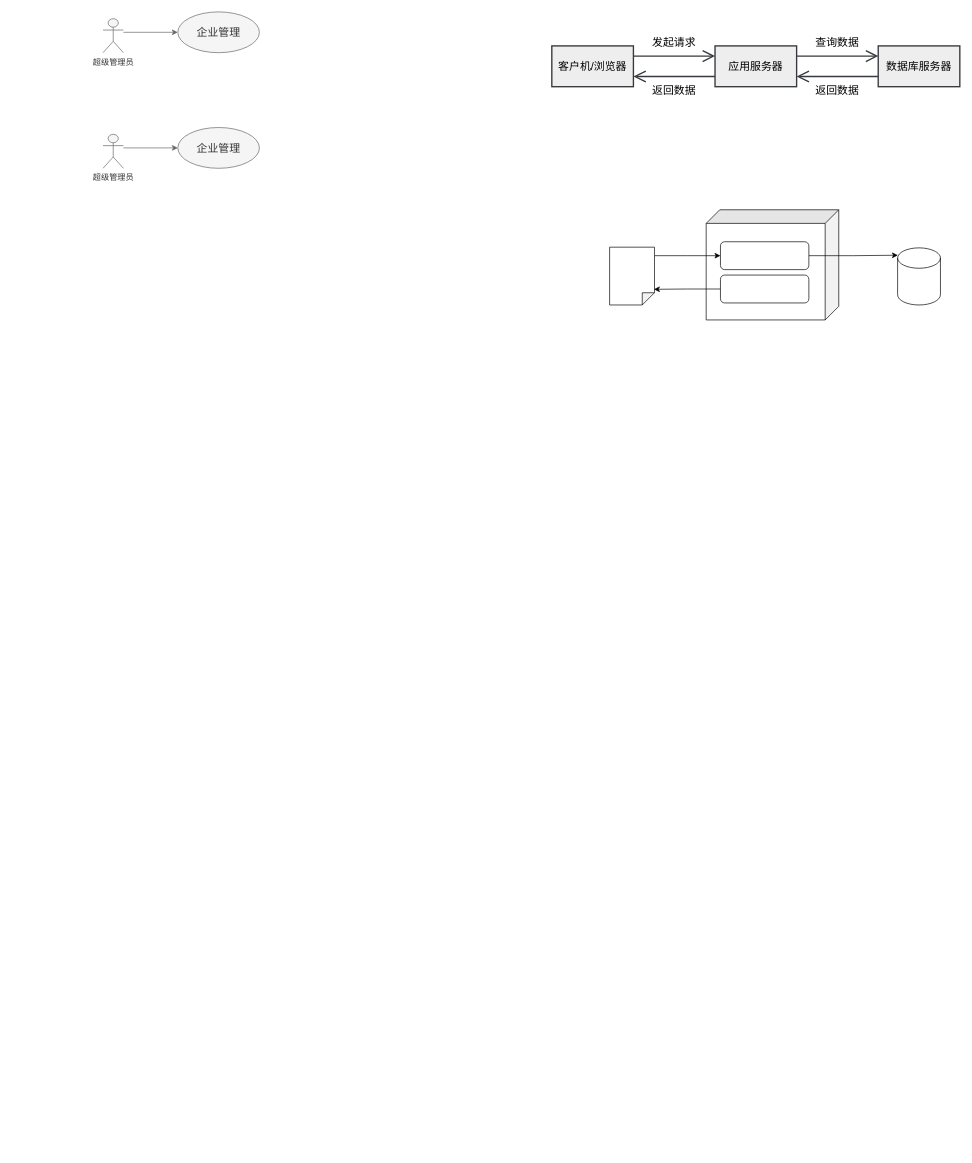
cuitao1998/diagram keeps this draw.io diagram as 人力资源管理.drawio. Above is the earlier version. Source tidied: cells renumbered, new cells numbered last; positions are measured from the earlier drawing's top-left corner, leaving out a move shared by most shapes. Both pictures are drawn from the tidied source at 68%, with x=0, y=0 at pixel (103, 12).
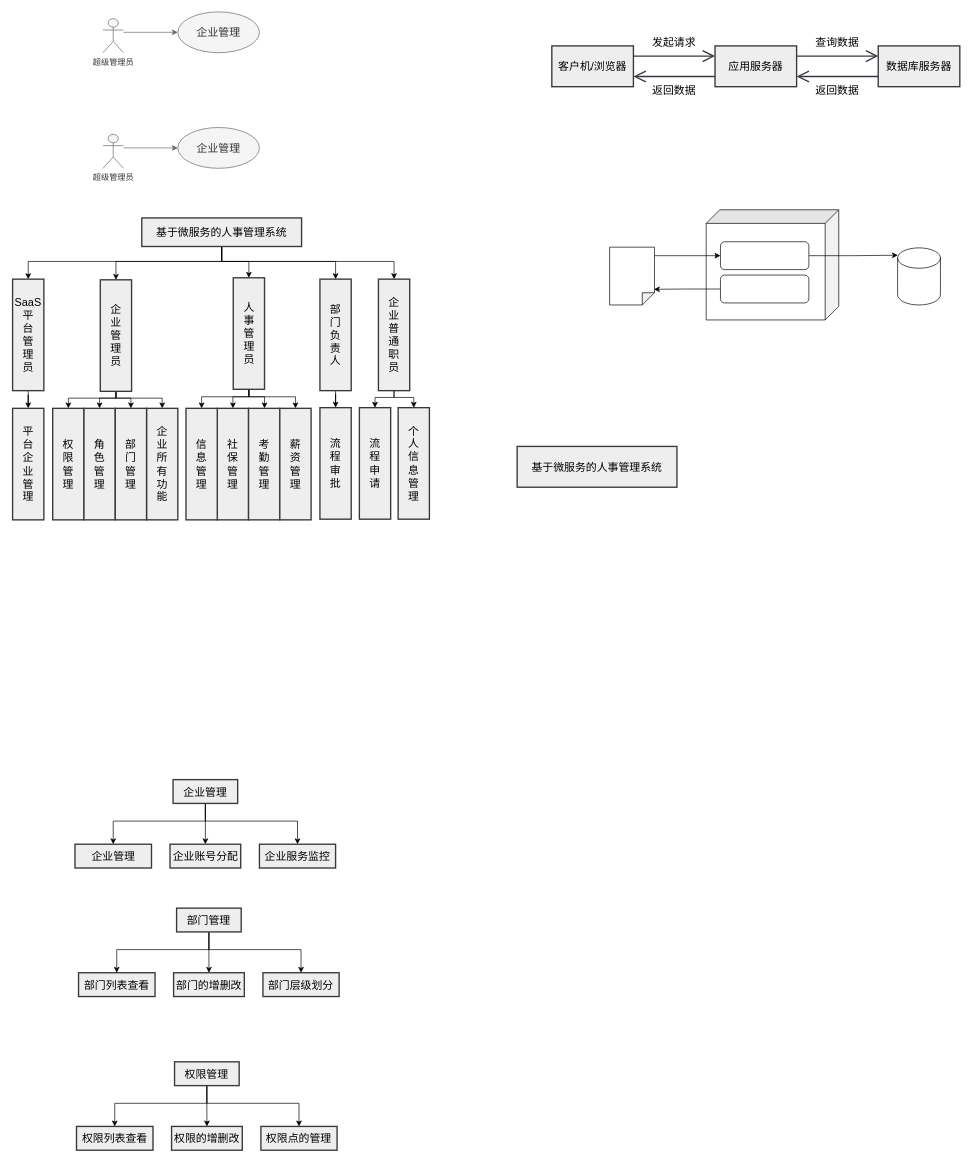
The same diagram, later.

Commit message (it also covers changes not shown here):
Update 人力资源管理.drawio

Change to the diagram source:
```diff
@@
+    <mxCell id="27" style="edgeStyle=orthogonalEdgeStyle;rounded=0;jettySize=auto;html=1;entryX=0.5;entryY=0;entryDx=0;entryDy=0;" parent="1" edge="1" source="32" target="40">
+      <mxGeometry relative="1" as="geometry">
+        <Array as="points">
+          <mxPoint x="175" y="367" />
+          <mxPoint x="-110" y="367" />
+        </Array>
+      </mxGeometry>
+    </mxCell>
+    <mxCell id="28" style="edgeStyle=orthogonalEdgeStyle;rounded=0;jettySize=auto;html=1;entryX=0.5;entryY=0;entryDx=0;entryDy=0;exitX=0.5;exitY=1;exitDx=0;exitDy=0;" parent="1" edge="1" source="32" target="45">
+      <mxGeometry relative="1" as="geometry">
+        <Array as="points">
+          <mxPoint x="174" y="367" />
+          <mxPoint x="214" y="367" />
+          <mxPoint x="214" y="391" />
+        </Array>
+      </mxGeometry>
+    </mxCell>
+    <mxCell id="29" style="edgeStyle=orthogonalEdgeStyle;rounded=0;jettySize=auto;html=1;" parent="1" edge="1" source="32" target="38">
+      <mxGeometry relative="1" as="geometry">
+        <Array as="points">
+          <mxPoint x="175" y="367" />
+          <mxPoint x="19" y="367" />
+        </Array>
+      </mxGeometry>
+    </mxCell>
+    <mxCell id="30" style="edgeStyle=orthogonalEdgeStyle;rounded=0;jettySize=auto;html=1;entryX=0.5;entryY=0;entryDx=0;entryDy=0;" parent="1" edge="1" source="32" target="47">
+      <mxGeometry relative="1" as="geometry">
+        <Array as="points">
+          <mxPoint x="174" y="367" />
+          <mxPoint x="342" y="367" />
+        </Array>
+      </mxGeometry>
+    </mxCell>
+    <mxCell id="31" style="edgeStyle=orthogonalEdgeStyle;rounded=0;jettySize=auto;html=1;" parent="1" edge="1" source="32" target="50">
+      <mxGeometry relative="1" as="geometry">
+        <Array as="points">
+          <mxPoint x="174" y="367" />
+          <mxPoint x="428" y="367" />
+        </Array>
+      </mxGeometry>
+    </mxCell>
+    <mxCell id="32" value="&lt;span style=&quot;font-size: 16px&quot;&gt;基于微服务的人事管理系统&lt;/span&gt;" style="whiteSpace=wrap;html=1;hachureGap=4;fillColor=#eeeeee;strokeColor=#36393d;strokeWidth=2;" parent="1" vertex="1">
+      <mxGeometry x="57" y="303" width="235" height="42" as="geometry" />
+    </mxCell>
+    <mxCell id="33" value="&lt;span style=&quot;font-size: 16px&quot;&gt;基于微服务的人事管理系统&lt;/span&gt;" style="whiteSpace=wrap;html=1;hachureGap=4;fillColor=#eeeeee;strokeColor=#36393d;strokeWidth=2;" parent="1" vertex="1">
+      <mxGeometry x="609" y="639" width="235" height="60" as="geometry" />
+    </mxCell>
+    <mxCell id="34" style="edgeStyle=orthogonalEdgeStyle;rounded=0;jettySize=auto;html=1;entryX=0.5;entryY=0;entryDx=0;entryDy=0;" parent="1" edge="1" source="38" target="59">
+      <mxGeometry relative="1" as="geometry">
+        <Array as="points">
+          <mxPoint x="19" y="568" />
+          <mxPoint x="-5" y="568" />
+        </Array>
+      </mxGeometry>
+    </mxCell>
+    <mxCell id="35" style="edgeStyle=orthogonalEdgeStyle;rounded=0;jettySize=auto;html=1;entryX=0.5;entryY=0;entryDx=0;entryDy=0;" parent="1" edge="1" source="38" target="62">
+      <mxGeometry relative="1" as="geometry">
+        <Array as="points">
+          <mxPoint x="19" y="568" />
+          <mxPoint x="41" y="568" />
+        </Array>
+      </mxGeometry>
+    </mxCell>
+    <mxCell id="36" style="edgeStyle=orthogonalEdgeStyle;rounded=0;jettySize=auto;html=1;entryX=0.5;entryY=0;entryDx=0;entryDy=0;" parent="1" edge="1" source="38" target="60">
+      <mxGeometry relative="1" as="geometry">
+        <Array as="points">
+          <mxPoint x="19" y="568" />
+          <mxPoint x="87" y="568" />
+        </Array>
+      </mxGeometry>
+    </mxCell>
+    <mxCell id="37" style="edgeStyle=orthogonalEdgeStyle;rounded=0;jettySize=auto;html=1;entryX=0.5;entryY=0;entryDx=0;entryDy=0;" parent="1" edge="1" source="38" target="58">
+      <mxGeometry relative="1" as="geometry">
+        <Array as="points">
+          <mxPoint x="19" y="568" />
+          <mxPoint x="-51" y="568" />
+        </Array>
+      </mxGeometry>
+    </mxCell>
+    <mxCell id="38" value="&lt;span style=&quot;font-size: 16px&quot;&gt;企&lt;br&gt;业&lt;br&gt;管&lt;br&gt;理&lt;br&gt;员&lt;br&gt;&lt;/span&gt;" style="whiteSpace=wrap;html=1;hachureGap=4;fillColor=#eeeeee;strokeColor=#36393d;strokeWidth=2;" parent="1" vertex="1">
+      <mxGeometry x="-4" y="394" width="46" height="164" as="geometry" />
+    </mxCell>
+    <mxCell id="39" style="edgeStyle=orthogonalEdgeStyle;rounded=0;jettySize=auto;html=1;entryX=0.5;entryY=0;entryDx=0;entryDy=0;" parent="1" edge="1" source="40" target="51">
+      <mxGeometry relative="1" as="geometry" />
+    </mxCell>
+    <mxCell id="40" value="&lt;span style=&quot;font-size: 16px&quot;&gt;SaaS&lt;/span&gt;&lt;br style=&quot;font-size: 16px&quot;&gt;&lt;span style=&quot;font-size: 16px&quot;&gt;平&lt;/span&gt;&lt;br style=&quot;font-size: 16px&quot;&gt;&lt;span style=&quot;font-size: 16px&quot;&gt;台&lt;/span&gt;&lt;br style=&quot;font-size: 16px&quot;&gt;&lt;span style=&quot;font-size: 16px&quot;&gt;管&lt;/span&gt;&lt;br style=&quot;font-size: 16px&quot;&gt;&lt;span style=&quot;font-size: 16px&quot;&gt;理&lt;/span&gt;&lt;br style=&quot;font-size: 16px&quot;&gt;&lt;span style=&quot;font-size: 16px&quot;&gt;员&lt;/span&gt;&lt;span style=&quot;font-size: 16px&quot;&gt;&lt;br&gt;&lt;/span&gt;" style="whiteSpace=wrap;html=1;hachureGap=4;fillColor=#eeeeee;strokeColor=#36393d;strokeWidth=2;" parent="1" vertex="1">
+      <mxGeometry x="-133" y="393" width="46" height="164" as="geometry" />
+    </mxCell>
+    <mxCell id="41" style="edgeStyle=orthogonalEdgeStyle;rounded=0;jettySize=auto;html=1;entryX=0.5;entryY=0;entryDx=0;entryDy=0;" parent="1" edge="1" source="45" target="61">
+      <mxGeometry relative="1" as="geometry">
+        <Array as="points">
+          <mxPoint x="214.5" y="566" />
+          <mxPoint x="145.5" y="566" />
+        </Array>
+      </mxGeometry>
+    </mxCell>
+    <mxCell id="42" style="edgeStyle=orthogonalEdgeStyle;rounded=0;jettySize=auto;html=1;entryX=0.5;entryY=0;entryDx=0;entryDy=0;" parent="1" edge="1" source="45" target="52">
+      <mxGeometry relative="1" as="geometry">
+        <Array as="points">
+          <mxPoint x="214.5" y="566" />
+          <mxPoint x="191.5" y="566" />
+        </Array>
+      </mxGeometry>
+    </mxCell>
+    <mxCell id="43" style="edgeStyle=orthogonalEdgeStyle;rounded=0;jettySize=auto;html=1;" parent="1" edge="1" source="45" target="53">
+      <mxGeometry relative="1" as="geometry">
+        <Array as="points">
+          <mxPoint x="214.5" y="566" />
+          <mxPoint x="237.5" y="566" />
+        </Array>
+      </mxGeometry>
+    </mxCell>
+    <mxCell id="44" style="edgeStyle=orthogonalEdgeStyle;rounded=0;jettySize=auto;html=1;entryX=0.5;entryY=0;entryDx=0;entryDy=0;" parent="1" edge="1" source="45" target="54">
+      <mxGeometry relative="1" as="geometry">
+        <Array as="points">
+          <mxPoint x="214.5" y="566" />
+          <mxPoint x="282.5" y="566" />
+        </Array>
+      </mxGeometry>
+    </mxCell>
+    <mxCell id="45" value="&lt;span style=&quot;font-size: 16px&quot;&gt;人&lt;/span&gt;&lt;br style=&quot;font-size: 16px&quot;&gt;&lt;span style=&quot;font-size: 16px&quot;&gt;事&lt;/span&gt;&lt;br style=&quot;font-size: 16px&quot;&gt;&lt;span style=&quot;font-size: 16px&quot;&gt;管&lt;/span&gt;&lt;br style=&quot;font-size: 16px&quot;&gt;&lt;span style=&quot;font-size: 16px&quot;&gt;理&lt;/span&gt;&lt;br style=&quot;font-size: 16px&quot;&gt;&lt;span style=&quot;font-size: 16px&quot;&gt;员&lt;/span&gt;&lt;span style=&quot;font-size: 16px&quot;&gt;&lt;br&gt;&lt;/span&gt;" style="whiteSpace=wrap;html=1;hachureGap=4;fillColor=#eeeeee;strokeColor=#36393d;strokeWidth=2;" parent="1" vertex="1">
+      <mxGeometry x="191.5" y="391" width="46" height="164" as="geometry" />
+    </mxCell>
+    <mxCell id="46" style="edgeStyle=orthogonalEdgeStyle;rounded=0;jettySize=auto;html=1;" parent="1" edge="1" source="47" target="55">
+      <mxGeometry relative="1" as="geometry" />
+    </mxCell>
+    <mxCell id="47" value="&lt;span style=&quot;font-size: 16px&quot;&gt;部&lt;/span&gt;&lt;br style=&quot;font-size: 16px&quot;&gt;&lt;span style=&quot;font-size: 16px&quot;&gt;门&lt;/span&gt;&lt;br style=&quot;font-size: 16px&quot;&gt;&lt;span style=&quot;font-size: 16px&quot;&gt;负&lt;/span&gt;&lt;br style=&quot;font-size: 16px&quot;&gt;&lt;span style=&quot;font-size: 16px&quot;&gt;责&lt;/span&gt;&lt;br style=&quot;font-size: 16px&quot;&gt;&lt;span style=&quot;font-size: 16px&quot;&gt;人&lt;/span&gt;&lt;span style=&quot;font-size: 16px&quot;&gt;&lt;br&gt;&lt;/span&gt;" style="whiteSpace=wrap;html=1;hachureGap=4;fillColor=#eeeeee;strokeColor=#36393d;strokeWidth=2;" parent="1" vertex="1">
+      <mxGeometry x="319" y="393" width="46" height="164" as="geometry" />
+    </mxCell>
+    <mxCell id="48" style="edgeStyle=orthogonalEdgeStyle;rounded=0;jettySize=auto;html=1;entryX=0.5;entryY=0;entryDx=0;entryDy=0;" parent="1" edge="1" source="50" target="56">
+      <mxGeometry relative="1" as="geometry">
+        <Array as="points">
+          <mxPoint x="428" y="567" />
+          <mxPoint x="400" y="567" />
+        </Array>
+      </mxGeometry>
+    </mxCell>
+    <mxCell id="49" style="edgeStyle=orthogonalEdgeStyle;rounded=0;jettySize=auto;html=1;entryX=0.5;entryY=0;entryDx=0;entryDy=0;" parent="1" edge="1" source="50" target="57">
+      <mxGeometry relative="1" as="geometry">
+        <Array as="points">
+          <mxPoint x="428" y="567" />
+          <mxPoint x="457" y="567" />
+        </Array>
+      </mxGeometry>
+    </mxCell>
+    <mxCell id="50" value="&lt;span style=&quot;font-size: 16px&quot;&gt;企&lt;/span&gt;&lt;br style=&quot;font-size: 16px&quot;&gt;&lt;span style=&quot;font-size: 16px&quot;&gt;业&lt;/span&gt;&lt;br style=&quot;font-size: 16px&quot;&gt;&lt;span style=&quot;font-size: 16px&quot;&gt;普&lt;/span&gt;&lt;br style=&quot;font-size: 16px&quot;&gt;&lt;span style=&quot;font-size: 16px&quot;&gt;通&lt;/span&gt;&lt;br style=&quot;font-size: 16px&quot;&gt;&lt;span style=&quot;font-size: 16px&quot;&gt;职&lt;/span&gt;&lt;br style=&quot;font-size: 16px&quot;&gt;&lt;span style=&quot;font-size: 16px&quot;&gt;员&lt;/span&gt;&lt;span style=&quot;font-size: 16px&quot;&gt;&lt;br&gt;&lt;/span&gt;" style="whiteSpace=wrap;html=1;hachureGap=4;fillColor=#eeeeee;strokeColor=#36393d;strokeWidth=2;" parent="1" vertex="1">
+      <mxGeometry x="405" y="393" width="46" height="164" as="geometry" />
+    </mxCell>
+    <mxCell id="51" value="&lt;span style=&quot;font-size: 16px&quot;&gt;平&lt;br&gt;台&lt;br&gt;企&lt;br&gt;业&lt;br&gt;管&lt;br&gt;理&lt;br&gt;&lt;/span&gt;" style="whiteSpace=wrap;html=1;hachureGap=4;fillColor=#eeeeee;strokeColor=#36393d;strokeWidth=2;" parent="1" vertex="1">
+      <mxGeometry x="-133" y="583" width="46" height="164" as="geometry" />
+    </mxCell>
+    <mxCell id="52" value="&lt;span style=&quot;font-size: 16px&quot;&gt;社&lt;br&gt;保&lt;br&gt;管&lt;br&gt;理&lt;br&gt;&lt;/span&gt;" style="whiteSpace=wrap;html=1;hachureGap=4;fillColor=#eeeeee;strokeColor=#36393d;strokeWidth=2;" parent="1" vertex="1">
+      <mxGeometry x="168" y="583" width="46" height="164" as="geometry" />
+    </mxCell>
+    <mxCell id="53" value="&lt;span style=&quot;font-size: 16px&quot;&gt;考&lt;br&gt;勤&lt;br&gt;管&lt;br&gt;理&lt;br&gt;&lt;/span&gt;" style="whiteSpace=wrap;html=1;hachureGap=4;fillColor=#eeeeee;strokeColor=#36393d;strokeWidth=2;" parent="1" vertex="1">
+      <mxGeometry x="214" y="583" width="46" height="164" as="geometry" />
+    </mxCell>
+    <mxCell id="54" value="&lt;span style=&quot;font-size: 16px&quot;&gt;薪&lt;br&gt;资&lt;br&gt;管&lt;br&gt;理&lt;br&gt;&lt;/span&gt;" style="whiteSpace=wrap;html=1;hachureGap=4;fillColor=#eeeeee;strokeColor=#36393d;strokeWidth=2;" parent="1" vertex="1">
+      <mxGeometry x="260" y="583" width="46" height="164" as="geometry" />
+    </mxCell>
+    <mxCell id="55" value="&lt;span style=&quot;font-size: 16px&quot;&gt;流&lt;br&gt;程&lt;br&gt;审&lt;br&gt;批&lt;br&gt;&lt;/span&gt;" style="whiteSpace=wrap;html=1;hachureGap=4;fillColor=#eeeeee;strokeColor=#36393d;strokeWidth=2;" parent="1" vertex="1">
+      <mxGeometry x="319" y="582" width="46" height="164" as="geometry" />
+    </mxCell>
+    <mxCell id="56" value="&lt;span style=&quot;font-size: 16px&quot;&gt;流&lt;br&gt;程&lt;br&gt;申&lt;br&gt;请&lt;br&gt;&lt;/span&gt;" style="whiteSpace=wrap;html=1;hachureGap=4;fillColor=#eeeeee;strokeColor=#36393d;strokeWidth=2;" parent="1" vertex="1">
+      <mxGeometry x="377" y="582" width="46" height="164" as="geometry" />
+    </mxCell>
+    <mxCell id="57" value="&lt;span style=&quot;font-size: 16px&quot;&gt;个&lt;br&gt;人&lt;br&gt;信&lt;br&gt;息&lt;br&gt;管&lt;br&gt;理&lt;br&gt;&lt;/span&gt;" style="whiteSpace=wrap;html=1;hachureGap=4;fillColor=#eeeeee;strokeColor=#36393d;strokeWidth=2;" parent="1" vertex="1">
+      <mxGeometry x="434" y="582" width="46" height="164" as="geometry" />
+    </mxCell>
+    <mxCell id="58" value="&lt;span style=&quot;font-size: 16px&quot;&gt;权&lt;br&gt;限&lt;br&gt;管&lt;br&gt;理&lt;br&gt;&lt;/span&gt;" style="whiteSpace=wrap;html=1;hachureGap=4;fillColor=#eeeeee;strokeColor=#36393d;strokeWidth=2;" parent="1" vertex="1">
+      <mxGeometry x="-74" y="583" width="46" height="164" as="geometry" />
+    </mxCell>
+    <mxCell id="59" value="&lt;span style=&quot;font-size: 16px&quot;&gt;角&lt;br&gt;色&lt;br&gt;管&lt;br&gt;理&lt;br&gt;&lt;/span&gt;" style="whiteSpace=wrap;html=1;hachureGap=4;fillColor=#eeeeee;strokeColor=#36393d;strokeWidth=2;" parent="1" vertex="1">
+      <mxGeometry x="-28" y="583" width="46" height="164" as="geometry" />
+    </mxCell>
+    <mxCell id="60" value="&lt;span style=&quot;font-size: 16px&quot;&gt;企&lt;br&gt;业&lt;br&gt;所&lt;br&gt;有&lt;br&gt;功&lt;br&gt;能&lt;br&gt;&lt;/span&gt;" style="whiteSpace=wrap;html=1;hachureGap=4;fillColor=#eeeeee;strokeColor=#36393d;strokeWidth=2;" parent="1" vertex="1">
+      <mxGeometry x="64" y="583" width="46" height="164" as="geometry" />
+    </mxCell>
+    <mxCell id="61" value="&lt;span style=&quot;font-size: 16px&quot;&gt;信&lt;br&gt;息&lt;br&gt;管&lt;br&gt;理&lt;br&gt;&lt;/span&gt;" style="whiteSpace=wrap;html=1;hachureGap=4;fillColor=#eeeeee;strokeColor=#36393d;strokeWidth=2;" parent="1" vertex="1">
+      <mxGeometry x="122" y="583" width="46" height="164" as="geometry" />
+    </mxCell>
+    <mxCell id="62" value="&lt;span style=&quot;font-size: 16px&quot;&gt;部&lt;br&gt;门&lt;br&gt;管&lt;br&gt;理&lt;br&gt;&lt;/span&gt;" style="whiteSpace=wrap;html=1;hachureGap=4;fillColor=#eeeeee;strokeColor=#36393d;strokeWidth=2;" parent="1" vertex="1">
+      <mxGeometry x="18" y="583" width="46" height="164" as="geometry" />
+    </mxCell>
+    <mxCell id="63" style="edgeStyle=orthogonalEdgeStyle;rounded=0;jettySize=auto;html=1;" parent="1" edge="1" source="66" target="67">
+      <mxGeometry relative="1" as="geometry">
+        <Array as="points">
+          <mxPoint x="151" y="1190" />
+          <mxPoint x="15" y="1190" />
+        </Array>
+      </mxGeometry>
+    </mxCell>
+    <mxCell id="64" style="edgeStyle=orthogonalEdgeStyle;rounded=0;jettySize=auto;html=1;entryX=0.5;entryY=0;entryDx=0;entryDy=0;" parent="1" edge="1" source="66" target="68">
+      <mxGeometry relative="1" as="geometry" />
+    </mxCell>
+    <mxCell id="65" style="edgeStyle=orthogonalEdgeStyle;rounded=0;jettySize=auto;html=1;" parent="1" edge="1" source="66" target="69">
+      <mxGeometry relative="1" as="geometry">
+        <Array as="points">
+          <mxPoint x="151" y="1190" />
+          <mxPoint x="286" y="1190" />
+        </Array>
+      </mxGeometry>
+    </mxCell>
+    <mxCell id="66" value="&lt;span style=&quot;font-size: 16px&quot;&gt;企业管理&lt;br&gt;&lt;/span&gt;" style="whiteSpace=wrap;html=1;hachureGap=4;fillColor=#eeeeee;strokeColor=#36393d;strokeWidth=2;" parent="1" vertex="1">
+      <mxGeometry x="103" y="1129" width="95" height="35" as="geometry" />
+    </mxCell>
+    <mxCell id="67" value="&lt;span style=&quot;font-size: 16px&quot;&gt;企业管理&lt;br&gt;&lt;/span&gt;" style="whiteSpace=wrap;html=1;hachureGap=4;fillColor=#eeeeee;strokeColor=#36393d;strokeWidth=2;" parent="1" vertex="1">
+      <mxGeometry x="-41.2" y="1224" width="112.5" height="35" as="geometry" />
+    </mxCell>
+    <mxCell id="68" value="&lt;span style=&quot;font-size: 16px&quot;&gt;企业账号分配&lt;br&gt;&lt;/span&gt;" style="whiteSpace=wrap;html=1;hachureGap=4;fillColor=#eeeeee;strokeColor=#36393d;strokeWidth=2;" parent="1" vertex="1">
+      <mxGeometry x="98.5" y="1224" width="104" height="35" as="geometry" />
+    </mxCell>
+    <mxCell id="69" value="&lt;span style=&quot;font-size: 16px&quot;&gt;企业服务监控&lt;br&gt;&lt;/span&gt;" style="whiteSpace=wrap;html=1;hachureGap=4;fillColor=#eeeeee;strokeColor=#36393d;strokeWidth=2;" parent="1" vertex="1">
+      <mxGeometry x="230" y="1224" width="112" height="35" as="geometry" />
+    </mxCell>
+    <mxCell id="70" style="edgeStyle=orthogonalEdgeStyle;rounded=0;jettySize=auto;html=1;" parent="1" edge="1" source="73" target="74">
+      <mxGeometry relative="1" as="geometry">
+        <Array as="points">
+          <mxPoint x="156.2" y="1379" />
+          <mxPoint x="20.2" y="1379" />
+        </Array>
+      </mxGeometry>
+    </mxCell>
+    <mxCell id="71" style="edgeStyle=orthogonalEdgeStyle;rounded=0;jettySize=auto;html=1;entryX=0.5;entryY=0;entryDx=0;entryDy=0;" parent="1" edge="1" source="73" target="75">
+      <mxGeometry relative="1" as="geometry" />
+    </mxCell>
+    <mxCell id="72" style="edgeStyle=orthogonalEdgeStyle;rounded=0;jettySize=auto;html=1;" parent="1" edge="1" source="73" target="76">
+      <mxGeometry relative="1" as="geometry">
+        <Array as="points">
+          <mxPoint x="156.2" y="1379" />
+          <mxPoint x="291.2" y="1379" />
+        </Array>
+      </mxGeometry>
+    </mxCell>
+    <mxCell id="73" value="&lt;span style=&quot;font-size: 16px&quot;&gt;部门管理&lt;br&gt;&lt;/span&gt;" style="whiteSpace=wrap;html=1;hachureGap=4;fillColor=#eeeeee;strokeColor=#36393d;strokeWidth=2;" parent="1" vertex="1">
+      <mxGeometry x="108.2" y="1318" width="95" height="35" as="geometry" />
+    </mxCell>
+    <mxCell id="74" value="&lt;span style=&quot;font-size: 16px&quot;&gt;部门列表查看&lt;br&gt;&lt;/span&gt;" style="whiteSpace=wrap;html=1;hachureGap=4;fillColor=#eeeeee;strokeColor=#36393d;strokeWidth=2;" parent="1" vertex="1">
+      <mxGeometry x="-36" y="1413" width="112.5" height="35" as="geometry" />
+    </mxCell>
+    <mxCell id="75" value="&lt;span style=&quot;font-size: 16px&quot;&gt;部门的增删改&lt;br&gt;&lt;/span&gt;" style="whiteSpace=wrap;html=1;hachureGap=4;fillColor=#eeeeee;strokeColor=#36393d;strokeWidth=2;" parent="1" vertex="1">
+      <mxGeometry x="103.8" y="1413" width="104" height="35" as="geometry" />
+    </mxCell>
+    <mxCell id="76" value="&lt;span style=&quot;font-size: 16px&quot;&gt;部门层级划分&lt;br&gt;&lt;/span&gt;" style="whiteSpace=wrap;html=1;hachureGap=4;fillColor=#eeeeee;strokeColor=#36393d;strokeWidth=2;" parent="1" vertex="1">
+      <mxGeometry x="235.2" y="1413" width="112" height="35" as="geometry" />
+    </mxCell>
+    <mxCell id="77" style="edgeStyle=orthogonalEdgeStyle;rounded=0;jettySize=auto;html=1;" parent="1" edge="1" source="80" target="81">
+      <mxGeometry relative="1" as="geometry">
+        <Array as="points">
+          <mxPoint x="153.2" y="1605" />
+          <mxPoint x="17.2" y="1605" />
+        </Array>
+      </mxGeometry>
+    </mxCell>
+    <mxCell id="78" style="edgeStyle=orthogonalEdgeStyle;rounded=0;jettySize=auto;html=1;entryX=0.5;entryY=0;entryDx=0;entryDy=0;" parent="1" edge="1" source="80" target="82">
+      <mxGeometry relative="1" as="geometry" />
+    </mxCell>
+    <mxCell id="79" style="edgeStyle=orthogonalEdgeStyle;rounded=0;jettySize=auto;html=1;" parent="1" edge="1" source="80" target="83">
+      <mxGeometry relative="1" as="geometry">
+        <Array as="points">
+          <mxPoint x="153.2" y="1605" />
+          <mxPoint x="288.2" y="1605" />
+        </Array>
+      </mxGeometry>
+    </mxCell>
+    <mxCell id="80" value="&lt;span style=&quot;font-size: 16px&quot;&gt;权限管理&lt;br&gt;&lt;/span&gt;" style="whiteSpace=wrap;html=1;hachureGap=4;fillColor=#eeeeee;strokeColor=#36393d;strokeWidth=2;" parent="1" vertex="1">
+      <mxGeometry x="105.2" y="1544" width="95" height="35" as="geometry" />
+    </mxCell>
+    <mxCell id="81" value="&lt;span style=&quot;font-size: 16px&quot;&gt;权限列表查看&lt;br&gt;&lt;/span&gt;" style="whiteSpace=wrap;html=1;hachureGap=4;fillColor=#eeeeee;strokeColor=#36393d;strokeWidth=2;" parent="1" vertex="1">
+      <mxGeometry x="-39" y="1639" width="112.5" height="35" as="geometry" />
+    </mxCell>
+    <mxCell id="82" value="&lt;span style=&quot;font-size: 16px&quot;&gt;权限的增删改&lt;br&gt;&lt;/span&gt;" style="whiteSpace=wrap;html=1;hachureGap=4;fillColor=#eeeeee;strokeColor=#36393d;strokeWidth=2;" parent="1" vertex="1">
+      <mxGeometry x="100.8" y="1639" width="104" height="35" as="geometry" />
+    </mxCell>
+    <mxCell id="83" value="&lt;span style=&quot;font-size: 16px&quot;&gt;权限点的管理&lt;br&gt;&lt;/span&gt;" style="whiteSpace=wrap;html=1;hachureGap=4;fillColor=#eeeeee;strokeColor=#36393d;strokeWidth=2;" parent="1" vertex="1">
+      <mxGeometry x="232.2" y="1639" width="112" height="35" as="geometry" />
+    </mxCell>
```
